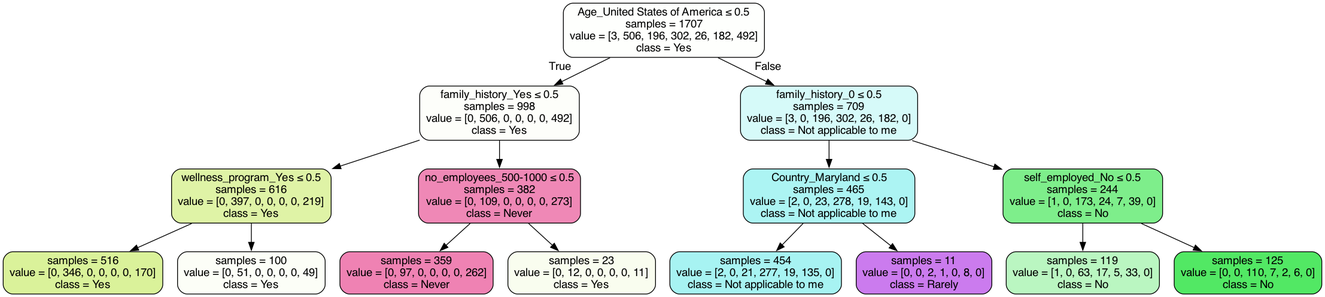
Above: tree.gv.png in cadej09/CSE-163-Final-Project (Graphviz), before the change. Its source is kept beside it as tree.gv.
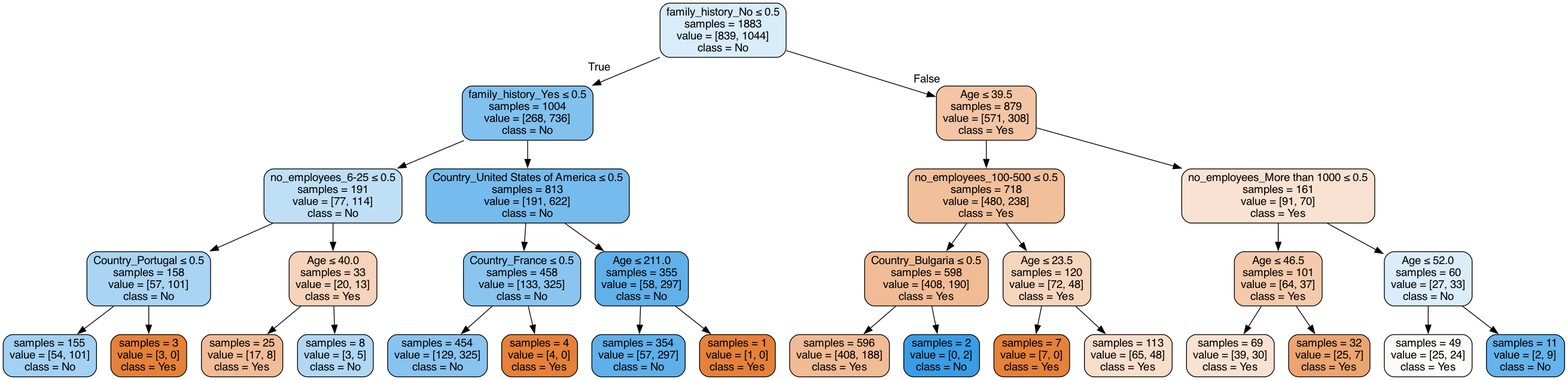
Later version of the same file.

Diff of the diagram source:
```diff
@@ -1,33 +1,65 @@
 digraph Tree {
 node [shape=box, style="filled, rounded", color="black", fontname="helvetica"] ;
 edge [fontname="helvetica"] ;
-0 [label=<Age_United States of America &le; 0.5<br/>samples = 1707<br/>value = [3, 506, 196, 302, 26, 182, 492]<br/>class = Yes>, fillcolor="#fefffd"] ;
-1 [label=<family_history_Yes &le; 0.5<br/>samples = 998<br/>value = [0, 506, 0, 0, 0, 0, 492]<br/>class = Yes>, fillcolor="#fdfefa"] ;
+0 [label=<family_history_No &le; 0.5<br/>samples = 1883<br/>value = [839, 1044]<br/>class = No>, fillcolor="#d8ecfa"] ;
+1 [label=<family_history_Yes &le; 0.5<br/>samples = 1004<br/>value = [268, 736]<br/>class = No>, fillcolor="#81c1ee"] ;
 0 -> 1 [labeldistance=2.5, labelangle=45, headlabel="True"] ;
-2 [label=<wellness_program_Yes &le; 0.5<br/>samples = 616<br/>value = [0, 397, 0, 0, 0, 0, 219]<br/>class = Yes>, fillcolor="#dff3a6"] ;
+2 [label=<no_employees_6-25 &le; 0.5<br/>samples = 191<br/>value = [77, 114]<br/>class = No>, fillcolor="#bfdff7"] ;
 1 -> 2 ;
-3 [label=<samples = 516<br/>value = [0, 346, 0, 0, 0, 0, 170]<br/>class = Yes>, fillcolor="#daf29a"] ;
+3 [label=<Country_Portugal &le; 0.5<br/>samples = 158<br/>value = [57, 101]<br/>class = No>, fillcolor="#a9d4f4"] ;
 2 -> 3 ;
-4 [label=<samples = 100<br/>value = [0, 51, 0, 0, 0, 0, 49]<br/>class = Yes>, fillcolor="#fcfef7"] ;
-2 -> 4 ;
-5 [label=<no_employees_500-1000 &le; 0.5<br/>samples = 382<br/>value = [0, 109, 0, 0, 0, 0, 273]<br/>class = Never>, fillcolor="#ef88b6"] ;
-1 -> 5 ;
-6 [label=<samples = 359<br/>value = [0, 97, 0, 0, 0, 0, 262]<br/>class = Never>, fillcolor="#ef82b3"] ;
-5 -> 6 ;
-7 [label=<samples = 23<br/>value = [0, 12, 0, 0, 0, 0, 11]<br/>class = Yes>, fillcolor="#f9fdef"] ;
-5 -> 7 ;
-8 [label=<family_history_0 &le; 0.5<br/>samples = 709<br/>value = [3, 0, 196, 302, 26, 182, 0]<br/>class = Not applicable to me>, fillcolor="#d6faf9"] ;
-0 -> 8 [labeldistance=2.5, labelangle=-45, headlabel="False"] ;
-9 [label=<Country_Maryland &le; 0.5<br/>samples = 465<br/>value = [2, 0, 23, 278, 19, 143, 0]<br/>class = Not applicable to me>, fillcolor="#acf4f3"] ;
-8 -> 9 ;
-10 [label=<samples = 454<br/>value = [2, 0, 21, 277, 19, 135, 0]<br/>class = Not applicable to me>, fillcolor="#a7f3f2"] ;
+4 [label=<samples = 155<br/>value = [54, 101]<br/>class = No>, fillcolor="#a3d1f3"] ;
+3 -> 4 ;
+5 [label=<samples = 3<br/>value = [3, 0]<br/>class = Yes>, fillcolor="#e58139"] ;
+3 -> 5 ;
+6 [label=<Age &le; 40.0<br/>samples = 33<br/>value = [20, 13]<br/>class = Yes>, fillcolor="#f6d3ba"] ;
+2 -> 6 ;
+7 [label=<samples = 25<br/>value = [17, 8]<br/>class = Yes>, fillcolor="#f1bc96"] ;
+6 -> 7 ;
+8 [label=<samples = 8<br/>value = [3, 5]<br/>class = No>, fillcolor="#b0d8f5"] ;
+6 -> 8 ;
+9 [label=<Country_United States of America &le; 0.5<br/>samples = 813<br/>value = [191, 622]<br/>class = No>, fillcolor="#76bbed"] ;
+1 -> 9 ;
+10 [label=<Country_France &le; 0.5<br/>samples = 458<br/>value = [133, 325]<br/>class = No>, fillcolor="#8ac5f0"] ;
 9 -> 10 ;
-11 [label=<samples = 11<br/>value = [0, 0, 2, 1, 0, 8, 0]<br/>class = Rarely>, fillcolor="#cb7bee"] ;
-9 -> 11 ;
-12 [label=<self_employed_No &le; 0.5<br/>samples = 244<br/>value = [1, 0, 173, 24, 7, 39, 0]<br/>class = No>, fillcolor="#7eee8b"] ;
-8 -> 12 ;
-13 [label=<samples = 119<br/>value = [1, 0, 63, 17, 5, 33, 0]<br/>class = No>, fillcolor="#baf6c1"] ;
-12 -> 13 ;
-14 [label=<samples = 125<br/>value = [0, 0, 110, 7, 2, 6, 0]<br/>class = No>, fillcolor="#52e864"] ;
-12 -> 14 ;
+11 [label=<samples = 454<br/>value = [129, 325]<br/>class = No>, fillcolor="#88c4ef"] ;
+10 -> 11 ;
+12 [label=<samples = 4<br/>value = [4, 0]<br/>class = Yes>, fillcolor="#e58139"] ;
+10 -> 12 ;
+13 [label=<Age &le; 211.0<br/>samples = 355<br/>value = [58, 297]<br/>class = No>, fillcolor="#60b0ea"] ;
+9 -> 13 ;
+14 [label=<samples = 354<br/>value = [57, 297]<br/>class = No>, fillcolor="#5fb0ea"] ;
+13 -> 14 ;
+15 [label=<samples = 1<br/>value = [1, 0]<br/>class = Yes>, fillcolor="#e58139"] ;
+13 -> 15 ;
+16 [label=<Age &le; 39.5<br/>samples = 879<br/>value = [571, 308]<br/>class = Yes>, fillcolor="#f3c5a4"] ;
+0 -> 16 [labeldistance=2.5, labelangle=-45, headlabel="False"] ;
+17 [label=<no_employees_100-500 &le; 0.5<br/>samples = 718<br/>value = [480, 238]<br/>class = Yes>, fillcolor="#f2bf9b"] ;
+16 -> 17 ;
+18 [label=<Country_Bulgaria &le; 0.5<br/>samples = 598<br/>value = [408, 190]<br/>class = Yes>, fillcolor="#f1bc95"] ;
+17 -> 18 ;
+19 [label=<samples = 596<br/>value = [408, 188]<br/>class = Yes>, fillcolor="#f1bb94"] ;
+18 -> 19 ;
+20 [label=<samples = 2<br/>value = [0, 2]<br/>class = No>, fillcolor="#399de5"] ;
+18 -> 20 ;
+21 [label=<Age &le; 23.5<br/>samples = 120<br/>value = [72, 48]<br/>class = Yes>, fillcolor="#f6d5bd"] ;
+17 -> 21 ;
+22 [label=<samples = 7<br/>value = [7, 0]<br/>class = Yes>, fillcolor="#e58139"] ;
+21 -> 22 ;
+23 [label=<samples = 113<br/>value = [65, 48]<br/>class = Yes>, fillcolor="#f8decb"] ;
+21 -> 23 ;
+24 [label=<no_employees_More than 1000 &le; 0.5<br/>samples = 161<br/>value = [91, 70]<br/>class = Yes>, fillcolor="#f9e2d1"] ;
+16 -> 24 ;
+25 [label=<Age &le; 46.5<br/>samples = 101<br/>value = [64, 37]<br/>class = Yes>, fillcolor="#f4caab"] ;
+24 -> 25 ;
+26 [label=<samples = 69<br/>value = [39, 30]<br/>class = Yes>, fillcolor="#f9e2d1"] ;
+25 -> 26 ;
+27 [label=<samples = 32<br/>value = [25, 7]<br/>class = Yes>, fillcolor="#eca470"] ;
+25 -> 27 ;
+28 [label=<Age &le; 52.0<br/>samples = 60<br/>value = [27, 33]<br/>class = No>, fillcolor="#dbedfa"] ;
+24 -> 28 ;
+29 [label=<samples = 49<br/>value = [25, 24]<br/>class = Yes>, fillcolor="#fefaf7"] ;
+28 -> 29 ;
+30 [label=<samples = 11<br/>value = [2, 9]<br/>class = No>, fillcolor="#65b3eb"] ;
+28 -> 30 ;
 }
```
